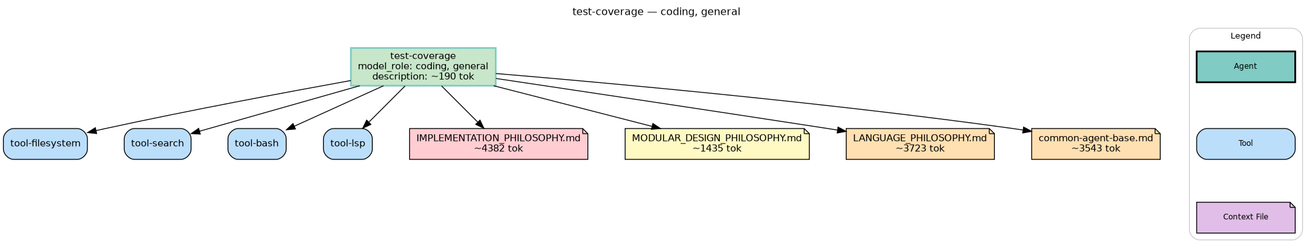
microsoft/amplifier-foundation keeps this Graphviz diagram as agents/test-coverage.png. Above is the earlier version. Its source is kept beside it as agents/test-coverage.dot.
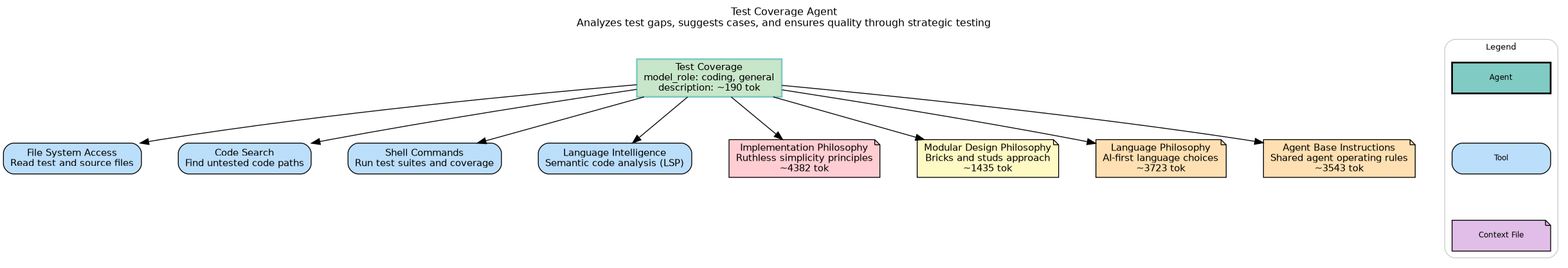
After the commit.

The edit, as a diff of the source:
```diff
@@ -2,7 +2,7 @@
     rankdir=TB
     fontname="Helvetica"
     fontsize=12
-    label="test-coverage — coding, general"
+    label="Test Coverage Agent\nAnalyzes test gaps, suggests cases, and ensures quality through strategic testing"
     labelloc=t
     labeljust=c
     nodesep=0.6
@@ -13,15 +13,15 @@
     node [fontname="Helvetica", fontsize=11, style="filled,rounded"]
     edge [fontname="Helvetica", fontsize=9]
 
-    agent [label="test-coverage\nmodel_role: coding, general\ndescription: ~190 tok", shape=box, fillcolor="#c8e6c9", style="filled,bold", color="#80cbc4"]
-    tool_tool_filesystem [label="tool-filesystem", shape=box, fillcolor="#bbdefb", style="filled,rounded"]
-    tool_tool_search [label="tool-search", shape=box, fillcolor="#bbdefb", style="filled,rounded"]
-    tool_tool_bash [label="tool-bash", shape=box, fillcolor="#bbdefb", style="filled,rounded"]
-    tool_tool_lsp [label="tool-lsp", shape=box, fillcolor="#bbdefb", style="filled,rounded"]
-    ctx_foundation_context_IMPLEMENTATION_PHILOSOPHY_md [label="IMPLEMENTATION_PHILOSOPHY.md\n~4382 tok", shape=note, fillcolor="#ffcdd2", style="filled"]
-    ctx_foundation_context_MODULAR_DESIGN_PHILOSOPHY_md [label="MODULAR_DESIGN_PHILOSOPHY.md\n~1435 tok", shape=note, fillcolor="#fff9c4", style="filled"]
-    ctx_foundation_context_LANGUAGE_PHILOSOPHY_md [label="LANGUAGE_PHILOSOPHY.md\n~3723 tok", shape=note, fillcolor="#ffe0b2", style="filled"]
-    ctx_foundation_context_shared_common_agent_base_md [label="common-agent-base.md\n~3543 tok", shape=note, fillcolor="#ffe0b2", style="filled"]
+    agent [label="Test Coverage\nmodel_role: coding, general\ndescription: ~190 tok", shape=box, fillcolor="#c8e6c9", style="filled,bold", color="#80cbc4"]
+    tool_tool_filesystem [label="File System Access\nRead test and source files", shape=box, fillcolor="#bbdefb", style="filled,rounded"]
+    tool_tool_search [label="Code Search\nFind untested code paths", shape=box, fillcolor="#bbdefb", style="filled,rounded"]
+    tool_tool_bash [label="Shell Commands\nRun test suites and coverage", shape=box, fillcolor="#bbdefb", style="filled,rounded"]
+    tool_tool_lsp [label="Language Intelligence\nSemantic code analysis (LSP)", shape=box, fillcolor="#bbdefb", style="filled,rounded"]
+    ctx_foundation_context_IMPLEMENTATION_PHILOSOPHY_md [label="Implementation Philosophy\nRuthless simplicity principles\n~4382 tok", shape=note, fillcolor="#ffcdd2", style="filled"]
+    ctx_foundation_context_MODULAR_DESIGN_PHILOSOPHY_md [label="Modular Design Philosophy\nBricks and studs approach\n~1435 tok", shape=note, fillcolor="#fff9c4", style="filled"]
+    ctx_foundation_context_LANGUAGE_PHILOSOPHY_md [label="Language Philosophy\nAI-first language choices\n~3723 tok", shape=note, fillcolor="#ffe0b2", style="filled"]
+    ctx_foundation_context_shared_common_agent_base_md [label="Agent Base Instructions\nShared agent operating rules\n~3543 tok", shape=note, fillcolor="#ffe0b2", style="filled"]
 
     agent -> tool_tool_filesystem
     agent -> tool_tool_search
```
